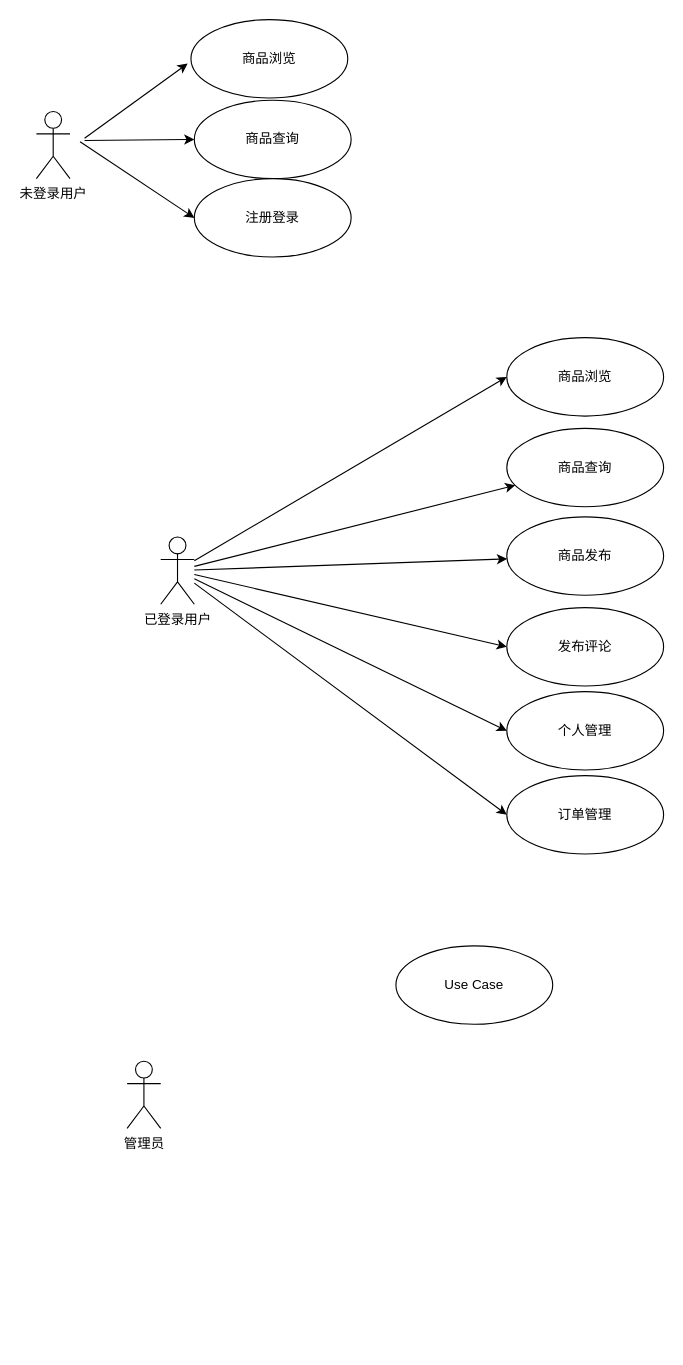
Before: 未命名绘图.drawio in Allblue-carp/DD, a draw.io diagram. Source tidied: cells renumbered, new cells numbered last; positions are measured from the earlier drawing's top-left corner, leaving out a move shared by most shapes. Both pictures are drawn from the tidied source at 112%, with x=0, y=0 at pixel (36, 19).
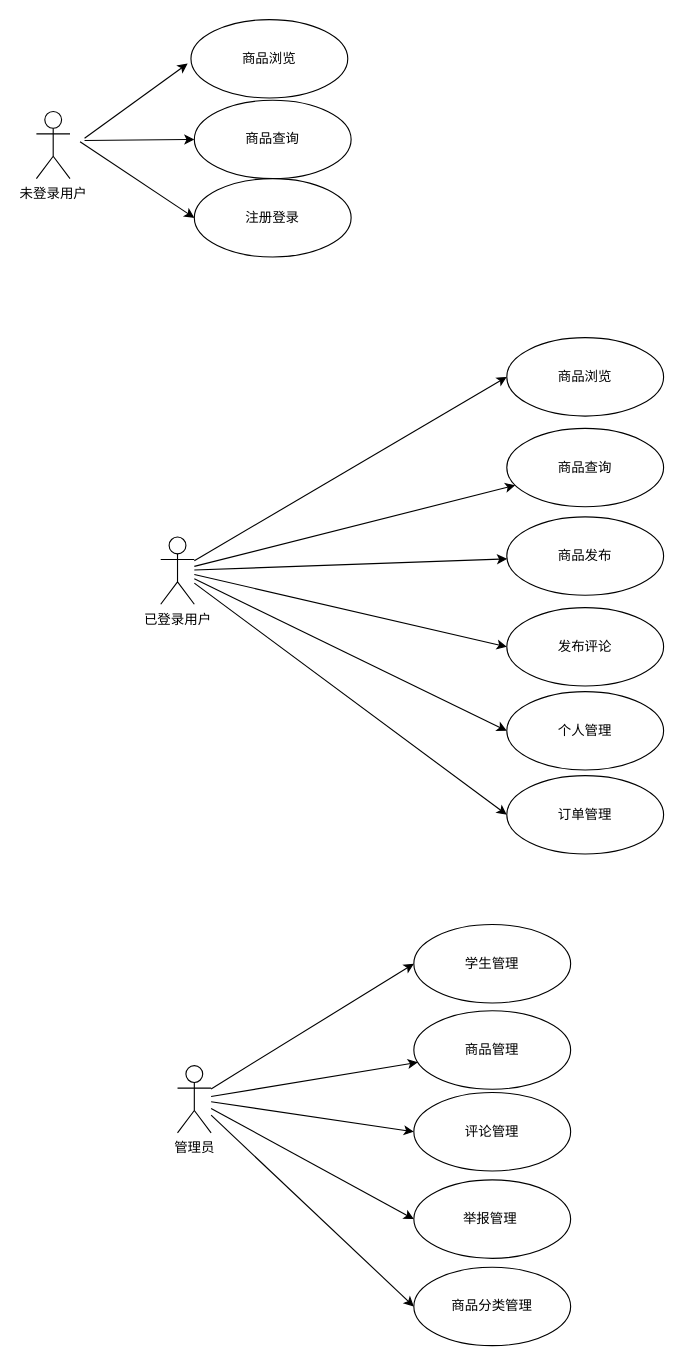
The same page after the edit.

Commit message (it also covers changes not shown here):
更新未命名绘图.drawio

Diff of the diagram source:
```diff
@@
+    <mxCell id="24" style="rounded=0;jettySize=auto;html=1;entryX=0;entryY=0.5;entryDx=0;entryDy=0;" parent="1" edge="1" source="22" target="23">
+      <mxGeometry relative="1" as="geometry" />
+    </mxCell>
+    <mxCell id="25" style="rounded=0;jettySize=auto;html=1;" parent="1" edge="1" source="22" target="29">
+      <mxGeometry relative="1" as="geometry" />
+    </mxCell>
+    <mxCell id="26" style="rounded=0;jettySize=auto;html=1;entryX=0;entryY=0.5;entryDx=0;entryDy=0;" parent="1" edge="1" source="22" target="30">
+      <mxGeometry relative="1" as="geometry" />
+    </mxCell>
+    <mxCell id="27" style="rounded=0;jettySize=auto;html=1;entryX=0;entryY=0.5;entryDx=0;entryDy=0;" parent="1" edge="1" source="22" target="31">
+      <mxGeometry relative="1" as="geometry" />
+    </mxCell>
+    <mxCell id="28" style="rounded=0;jettySize=auto;html=1;entryX=0;entryY=0.5;entryDx=0;entryDy=0;" parent="1" edge="1" source="22" target="32">
+      <mxGeometry relative="1" as="geometry" />
+    </mxCell>
     <mxCell id="22" value="管理员" style="shape=umlActor;verticalLabelPosition=bottom;verticalAlign=top;html=1;" parent="1" vertex="1">
-      <mxGeometry x="81" y="930" width="30" height="60" as="geometry" />
+      <mxGeometry x="126" y="934" width="30" height="60" as="geometry" />
     </mxCell>
-    <mxCell id="23" value="Use Case" style="ellipse;whiteSpace=wrap;html=1;" parent="1" vertex="1">
-      <mxGeometry x="321" y="827" width="140" height="70" as="geometry" />
+    <mxCell id="23" value="学生管理" style="ellipse;whiteSpace=wrap;html=1;" parent="1" vertex="1">
+      <mxGeometry x="337" y="808" width="140" height="70" as="geometry" />
     </mxCell>
+    <mxCell id="29" value="商品管理" style="ellipse;whiteSpace=wrap;html=1;" parent="1" vertex="1">
+      <mxGeometry x="337" y="885" width="140" height="70" as="geometry" />
+    </mxCell>
+    <mxCell id="30" value="评论管理" style="ellipse;whiteSpace=wrap;html=1;" parent="1" vertex="1">
+      <mxGeometry x="337" y="958" width="140" height="70" as="geometry" />
+    </mxCell>
+    <mxCell id="31" value="举报管理&lt;span style=&quot;white-space: pre;&quot;&gt; &lt;/span&gt;" style="ellipse;whiteSpace=wrap;html=1;" parent="1" vertex="1">
+      <mxGeometry x="337" y="1036" width="140" height="70" as="geometry" />
+    </mxCell>
+    <mxCell id="32" value="商品分类管理" style="ellipse;whiteSpace=wrap;html=1;" parent="1" vertex="1">
+      <mxGeometry x="337" y="1114" width="140" height="70" as="geometry" />
+    </mxCell>
```
